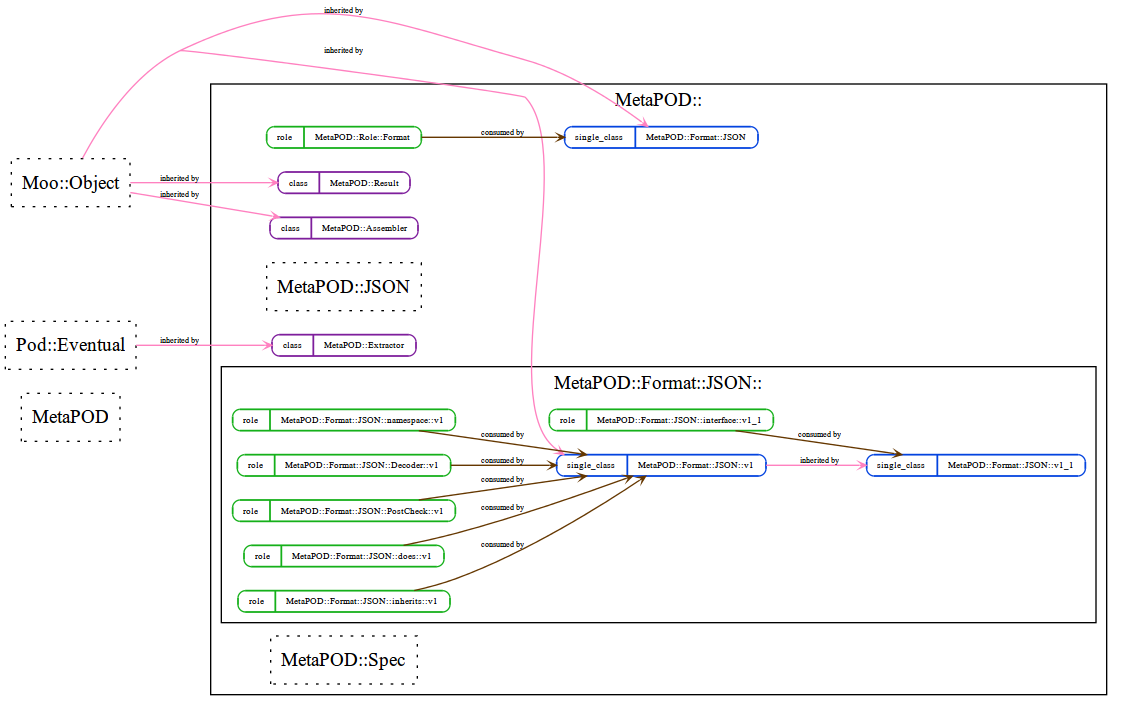
Earlier version of the Graphviz export examples/self_structure.png (kentfredric/MetaPOD-Format-JSON). Its source is kept beside it as examples/self_structure.dot.
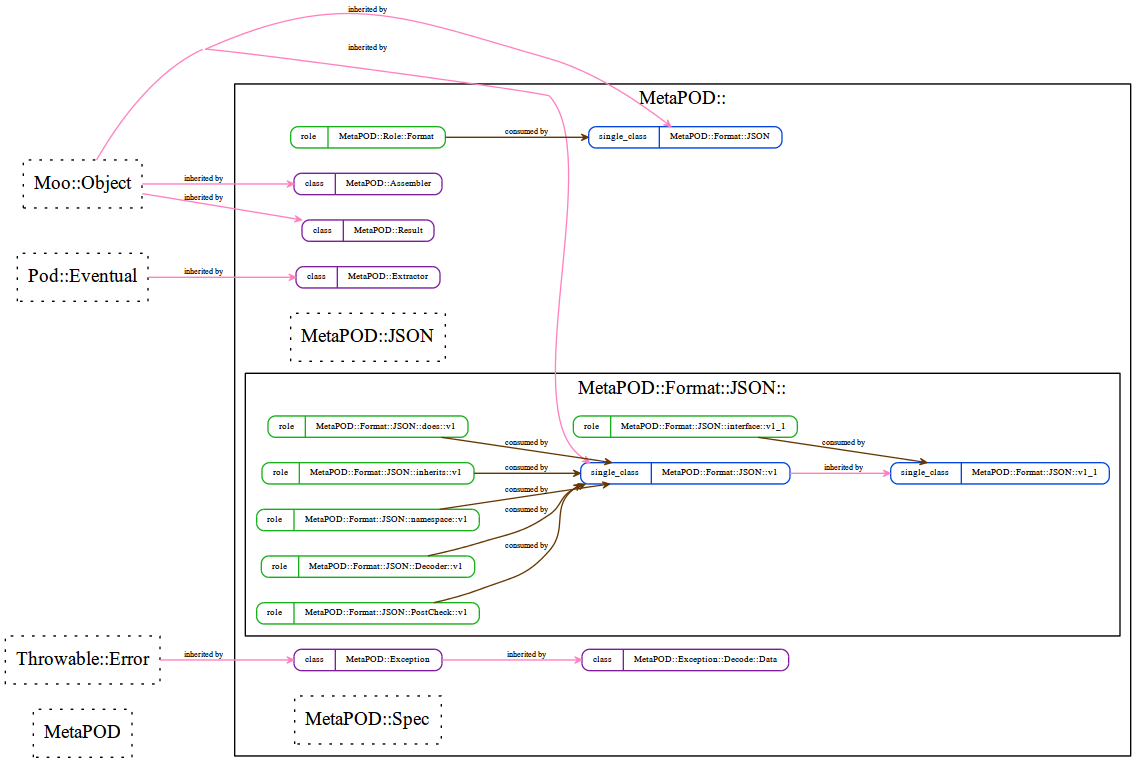
Later version of the same file.

Change to the diagram source:
```diff
@@ -24,6 +24,8 @@
 			"MetaPOD::Format::JSON::interface::v1_1" -- "MetaPOD::Format::JSON::v1_1" [arrowhead=open, arrowsize="0.5", color="#653700", dir=forward, fontsize=6, headclip=1, label="consumed by", tailclip=1, weight=1];
 		}
 		"MetaPOD::Assembler" [label="{{<port1> class}|<port2> MetaPOD::Assembler}", shape=Mrecord, style=solid, color="#7e1e9c", fontsize=7, height="0.1"];
+		"MetaPOD::Exception" [label="{{<port1> class}|<port2> MetaPOD::Exception}", shape=Mrecord, style=solid, color="#7e1e9c", fontsize=7, height="0.1"];
+		"MetaPOD::Exception::Decode::Data" [label="{{<port1> class}|<port2> MetaPOD::Exception::Decode::Data}", shape=Mrecord, style=solid, color="#7e1e9c", fontsize=7, height="0.1"];
 		"MetaPOD::Extractor" [label="{{<port1> class}|<port2> MetaPOD::Extractor}", shape=Mrecord, style=solid, color="#7e1e9c", fontsize=7, height="0.1"];
 		"MetaPOD::Format::JSON" [label="{{<port1> single_class}|<port2> MetaPOD::Format::JSON}", shape=Mrecord, style=solid, color="#0343df", fontsize=7, height="0.1"];
 		"MetaPOD::JSON" [label="<port1> MetaPOD::JSON"];
@@ -31,6 +33,7 @@
 		"MetaPOD::Role::Format" [label="{{<port1> role}|<port2> MetaPOD::Role::Format}", shape=Mrecord, style=solid, color="#15b01a", fontsize=7, height="0.1"];
 		"MetaPOD::Spec" [label="<port1> MetaPOD::Spec"];
 		"MetaPOD::Role::Format" -- "MetaPOD::Format::JSON" [arrowhead=open, arrowsize="0.5", color="#653700", dir=forward, fontsize=6, headclip=1, label="consumed by", tailclip=1, weight=1];
+		"MetaPOD::Exception" -- "MetaPOD::Exception::Decode::Data" [arrowhead=open, arrowsize="0.5", color="#ff81c0", dir=forward, fontsize=6, headclip=1, label="inherited by", tailclip=1, weight=100];
 	}
 	subgraph cluster_3 {
 		graph [rankdir=TD,
@@ -39,7 +42,9 @@
 	MetaPOD [label="<port1> MetaPOD"];
 	"Moo::Object" [label="<port1> Moo::Object"];
 	"Pod::Eventual" [label="<port1> Pod::Eventual"];
+	"Throwable::Error" [label="<port1> Throwable::Error"];
 	"Moo::Object" -- "MetaPOD::Assembler" [arrowhead=open, arrowsize="0.5", color="#ff81c0", dir=forward, fontsize=6, headclip=1, label="inherited by", tailclip=1, weight=100];
+	"Throwable::Error" -- "MetaPOD::Exception" [arrowhead=open, arrowsize="0.5", color="#ff81c0", dir=forward, fontsize=6, headclip=1, label="inherited by", tailclip=1, weight=100];
 	"Pod::Eventual" -- "MetaPOD::Extractor" [arrowhead=open, arrowsize="0.5", color="#ff81c0", dir=forward, fontsize=6, headclip=1, label="inherited by", tailclip=1, weight=100];
 	"Moo::Object" -- "MetaPOD::Result" [arrowhead=open, arrowsize="0.5", color="#ff81c0", dir=forward, fontsize=6, headclip=1, label="inherited by", tailclip=1, weight=100];
 	"Moo::Object" -- "MetaPOD::Format::JSON" [arrowhead=open, arrowsize="0.5", color="#ff81c0", dir=forward, fontsize=6, headclip=1, label="inherited by", tailclip=1, weight=100];
```
